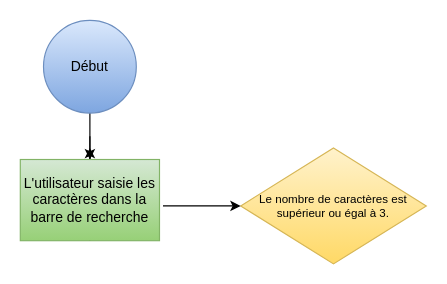
Earlier version of the draw.io diagram Diagramme sans nom.drawio (loulou641964/Les-petits-plats). Source tidied: cells renumbered, new cells numbered last; positions are measured from the earlier drawing's top-left corner, leaving out a move shared by most shapes. Both pictures are drawn from the tidied source at 116%, with x=0, y=0 at pixel (20, 20).
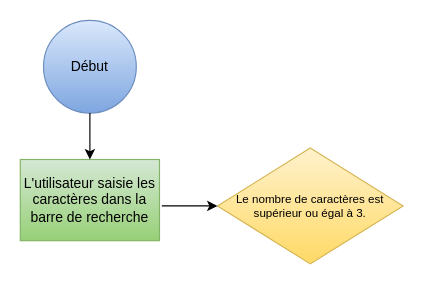
After the change.

Diff of the diagram source:
```diff
@@
 <mxGraphModel>
   <root>
     <mxCell id="0" />
     <mxCell id="1" parent="0" />
-    <mxCell id="2" style="endArrow=classic;html=1;rounded=0;exitX=0.5;exitY=1;exitDx=0;exitDy=0;" parent="1" edge="1" source="5">
-      <mxGeometry relative="1" as="geometry">
-        <mxPoint x="60" y="130" as="targetPoint" />
-        <Array as="points">
-          <mxPoint x="60" y="80" />
-          <mxPoint x="60" y="100" />
-        </Array>
-      </mxGeometry>
-    </mxCell>
-    <mxCell id="3" style="edgeStyle=orthogonalEdgeStyle;rounded=0;jettySize=auto;html=1;exitX=0.5;exitY=0;exitDx=0;exitDy=0;" parent="1" edge="1" source="5">
-      <mxGeometry relative="1" as="geometry">
-        <mxPoint x="60" y="110" as="targetPoint" />
-      </mxGeometry>
-    </mxCell>
-    <mxCell id="4" style="endArrow=classic;html=1;rounded=0;exitX=0.5;exitY=1;exitDx=0;exitDy=0;" parent="1" edge="1" target="5">
-      <mxGeometry relative="1" as="geometry">
-        <mxPoint x="60" y="100" as="sourcePoint" />
-      </mxGeometry>
-    </mxCell>
     <mxCell id="5" value="&lt;div align=&quot;center&quot;&gt;L'utilisateur saisie les caractères dans la barre de recherche&lt;br&gt;&lt;/div&gt;" style="rounded=0;whiteSpace=wrap;html=1;fillColor=#d5e8d4;gradientColor=#97d077;strokeColor=#82b366;" parent="1" vertex="1">
       <mxGeometry y="120" width="120" height="70" as="geometry" />
     </mxCell>
     <mxCell id="6" value="Début" style="ellipse;whiteSpace=wrap;html=1;fillColor=#dae8fc;gradientColor=#7ea6e0;strokeColor=#6c8ebf;" parent="1" vertex="1">
       <mxGeometry x="20" width="80" height="80" as="geometry" />
     </mxCell>
     <mxCell id="7" value="Le nombre de caractères est supérieur ou égal à 3." style="rhombus;whiteSpace=wrap;html=1;align=center;fontSize=10;fillColor=#fff2cc;gradientColor=#ffd966;strokeColor=#d6b656;" parent="1" vertex="1">
-      <mxGeometry x="190" y="110" width="160" height="100" as="geometry" />
+      <mxGeometry x="170" y="110" width="160" height="100" as="geometry" />
     </mxCell>
-    <mxCell id="8" style="endArrow=classic;html=1;rounded=0;entryX=0;entryY=0.5;entryDx=0;entryDy=0;" parent="1" edge="1" target="7">
-      <mxGeometry relative="1" as="geometry">
-        <mxPoint x="123" y="160" as="sourcePoint" />
-      </mxGeometry>
-    </mxCell>
+    <mxCell id="9" style="endArrow=classic;html=1;rounded=0;exitX=0.5;exitY=1;exitDx=0;exitDy=0;entryX=0.5;entryY=0;entryDx=0;entryDy=0;" parent="1" edge="1" source="6" target="5">
+      <mxGeometry relative="1" as="geometry" />
+    </mxCell>
+    <mxCell id="10" style="endArrow=classic;html=1;rounded=0;" parent="1" edge="1">
+      <mxGeometry relative="1" as="geometry">
+        <mxPoint x="122" y="160" as="sourcePoint" />
+        <mxPoint x="170" y="160" as="targetPoint" />
+      </mxGeometry>
+    </mxCell>
   </root>
 </mxGraphModel>
```
